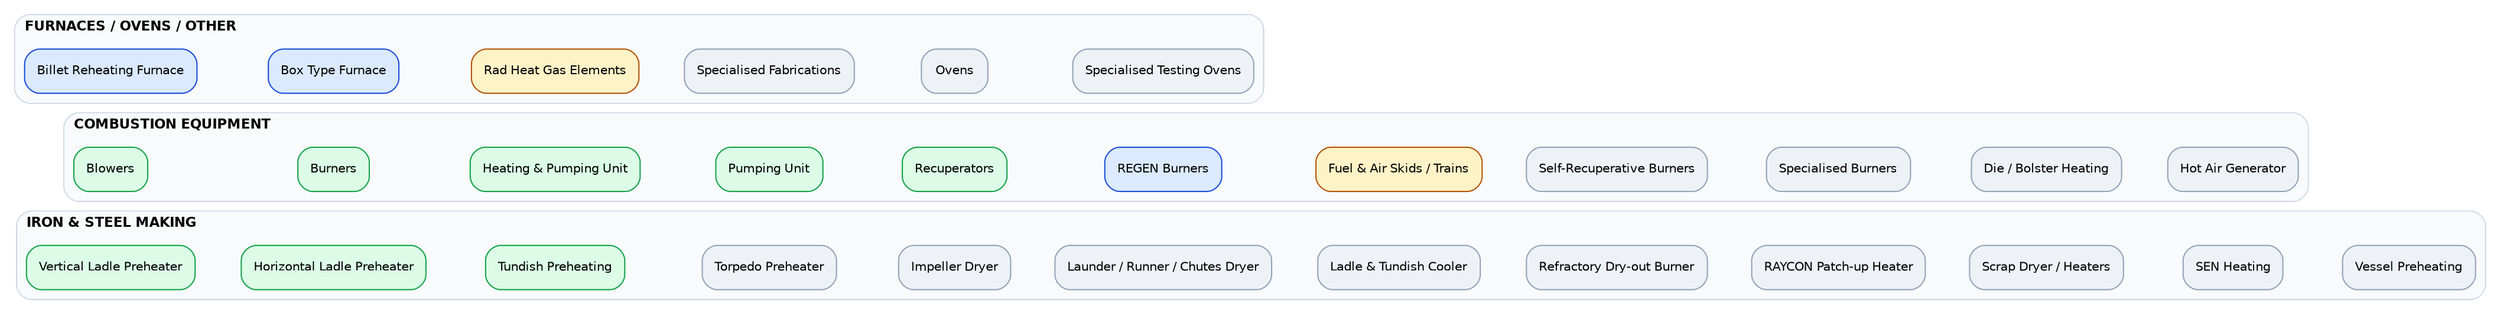
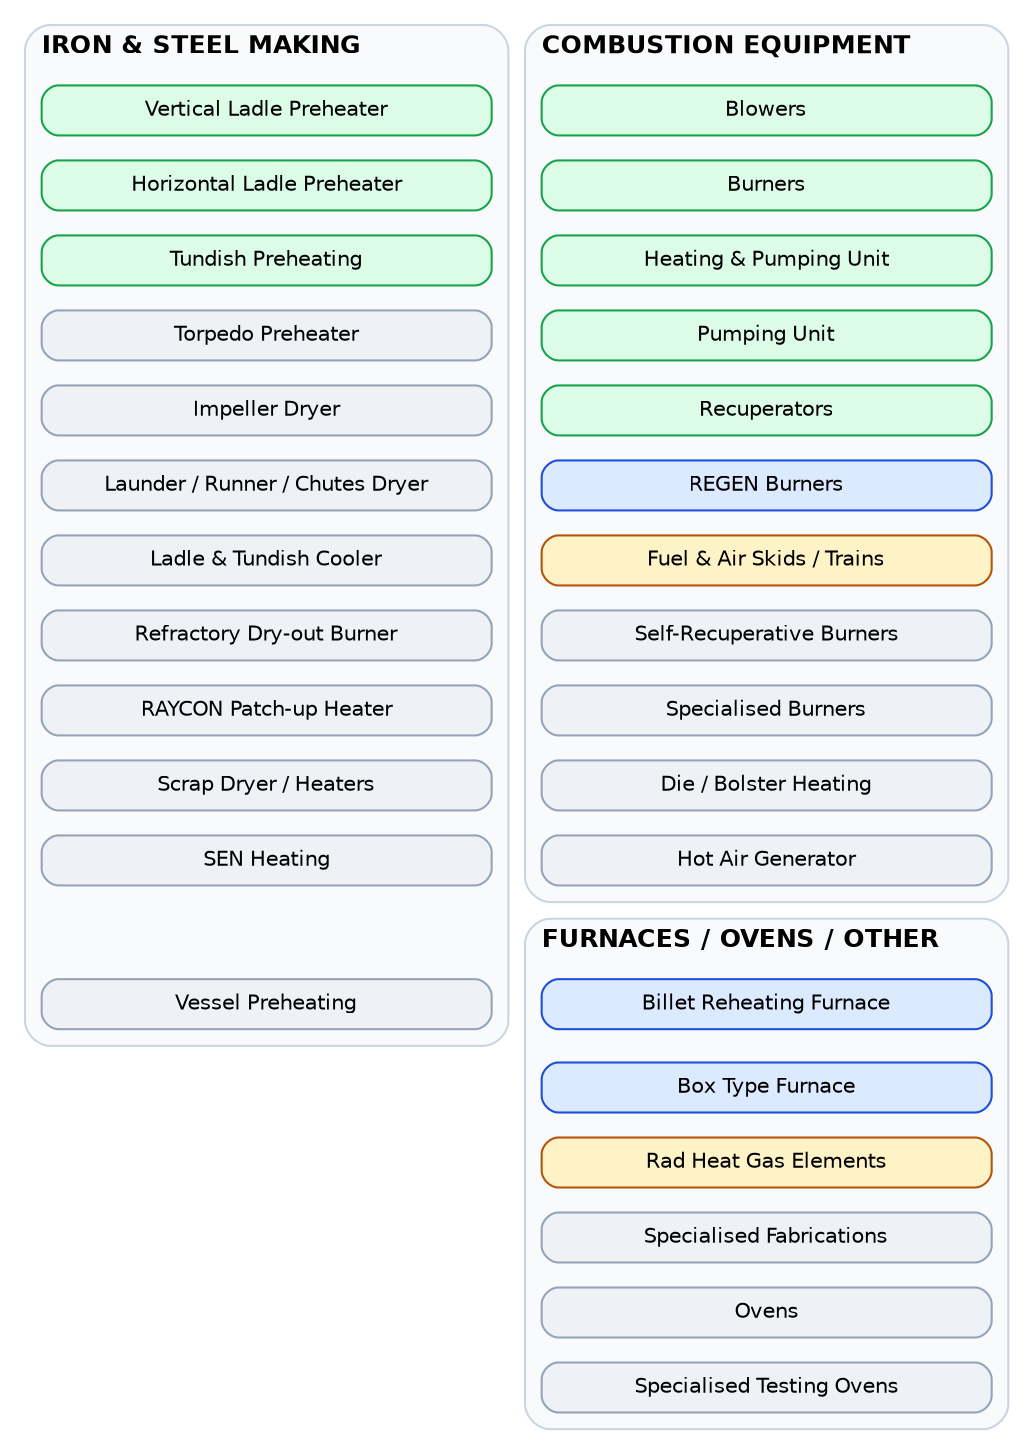
digraph product_map {
-   rankdir=LR; bgcolor="transparent";
-   node [shape=box, style="rounded,filled", fontname="Helvetica", fontsize=10, margin="0.14,0.06"];
+   rankdir=TB; bgcolor="transparent"; nodesep=0.12; ranksep=0.16;
+   node [shape=box, style="rounded,filled", fontname="Helvetica", fontsize=10, margin="0.16,0.05", width=3.0, height=0.34, fixedsize=false];

  subgraph cluster_is {
-     label="IRON & STEEL MAKING"; labeljust="l"; style="rounded"; bgcolor="#f8fafc"; color="#cbd5e1"; fontname="Helvetica-Bold"; fontsize=11;
+     label="IRON & STEEL MAKING"; labeljust="l"; style="rounded"; bgcolor="#f8fafc"; color="#cbd5e1"; fontname="Helvetica-Bold"; fontsize=12;
    i1 [label="Vertical Ladle Preheater", fillcolor="#dcfce7", color="#16a34a"];
    i2 [label="Horizontal Ladle Preheater", fillcolor="#dcfce7", color="#16a34a"];
    i3 [label="Tundish Preheating", fillcolor="#dcfce7", color="#16a34a"];
    i4 [label="Torpedo Preheater", fillcolor="#eef2f7", color="#94a3b8"];
    i5 [label="Impeller Dryer", fillcolor="#eef2f7", color="#94a3b8"];
    i6 [label="Launder / Runner / Chutes Dryer", fillcolor="#eef2f7", color="#94a3b8"];
    i7 [label="Ladle & Tundish Cooler", fillcolor="#eef2f7", color="#94a3b8"];
    i8 [label="Refractory Dry-out Burner", fillcolor="#eef2f7", color="#94a3b8"];
    i9 [label="RAYCON Patch-up Heater", fillcolor="#eef2f7", color="#94a3b8"];
    i10 [label="Scrap Dryer / Heaters", fillcolor="#eef2f7", color="#94a3b8"];
    i11 [label="SEN Heating", fillcolor="#eef2f7", color="#94a3b8"];
    i12 [label="Vessel Preheating", fillcolor="#eef2f7", color="#94a3b8"];
    i1->i2->i3->i4->i5->i6->i7->i8->i9->i10->i11->i12 [style=invis];
  }
  subgraph cluster_ce {
-     label="COMBUSTION EQUIPMENT"; labeljust="l"; style="rounded"; bgcolor="#f8fafc"; color="#cbd5e1"; fontname="Helvetica-Bold"; fontsize=11;
+     label="COMBUSTION EQUIPMENT"; labeljust="l"; style="rounded"; bgcolor="#f8fafc"; color="#cbd5e1"; fontname="Helvetica-Bold"; fontsize=12;
    c1 [label="Blowers", fillcolor="#dcfce7", color="#16a34a"];
    c2 [label="Burners", fillcolor="#dcfce7", color="#16a34a"];
    c3 [label="Heating & Pumping Unit", fillcolor="#dcfce7", color="#16a34a"];
    c4 [label="Pumping Unit", fillcolor="#dcfce7", color="#16a34a"];
    c5 [label="Recuperators", fillcolor="#dcfce7", color="#16a34a"];
    c6 [label="REGEN Burners", fillcolor="#dbeafe", color="#1d4ed8"];
    c7 [label="Fuel & Air Skids / Trains", fillcolor="#fef3c7", color="#b45309"];
    c8 [label="Self-Recuperative Burners", fillcolor="#eef2f7", color="#94a3b8"];
    c9 [label="Specialised Burners", fillcolor="#eef2f7", color="#94a3b8"];
    c10 [label="Die / Bolster Heating", fillcolor="#eef2f7", color="#94a3b8"];
    c11 [label="Hot Air Generator", fillcolor="#eef2f7", color="#94a3b8"];
    c1->c2->c3->c4->c5->c6->c7->c8->c9->c10->c11 [style=invis];
  }
  subgraph cluster_fo {
-     label="FURNACES / OVENS / OTHER"; labeljust="l"; style="rounded"; bgcolor="#f8fafc"; color="#cbd5e1"; fontname="Helvetica-Bold"; fontsize=11;
+     label="FURNACES / OVENS / OTHER"; labeljust="l"; style="rounded"; bgcolor="#f8fafc"; color="#cbd5e1"; fontname="Helvetica-Bold"; fontsize=12;
    f1 [label="Billet Reheating Furnace", fillcolor="#dbeafe", color="#1d4ed8"];
    f2 [label="Box Type Furnace", fillcolor="#dbeafe", color="#1d4ed8"];
    f3 [label="Rad Heat Gas Elements", fillcolor="#fef3c7", color="#b45309"];
    f4 [label="Specialised Fabrications", fillcolor="#eef2f7", color="#94a3b8"];
    f5 [label="Ovens", fillcolor="#eef2f7", color="#94a3b8"];
    f6 [label="Specialised Testing Ovens", fillcolor="#eef2f7", color="#94a3b8"];
    f1->f2->f3->f4->f5->f6 [style=invis];
  }
+ 
+   // Two balanced columns: Iron & Steel in one; Combustion over Furnaces in the other.
+   c11 -> f1 [style=invis];
}
